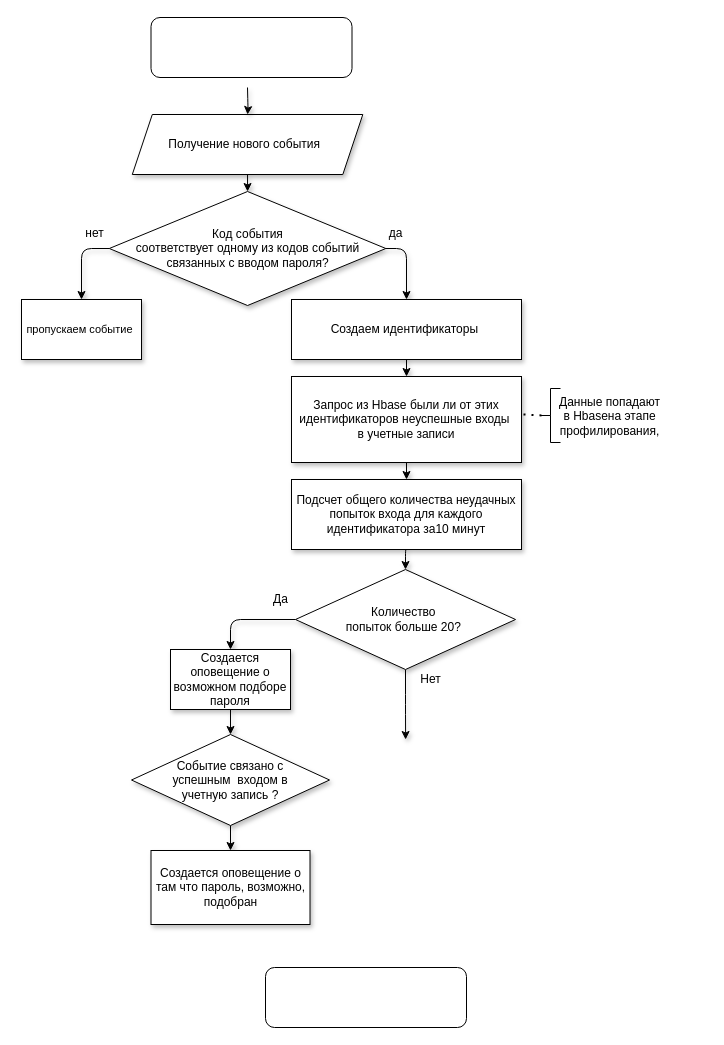
Earlier version of the draw.io diagram page "Page-2" (2 of 3) of contrib/Untitled Diagram.drawio (zydyka/sigma). Source tidied: cells renumbered, new cells numbered last; positions are measured from the earlier drawing's top-left corner, leaving out a move shared by most shapes. Both pictures are drawn from the tidied source at 100%, with x=0, y=0 at pixel (21, 17).
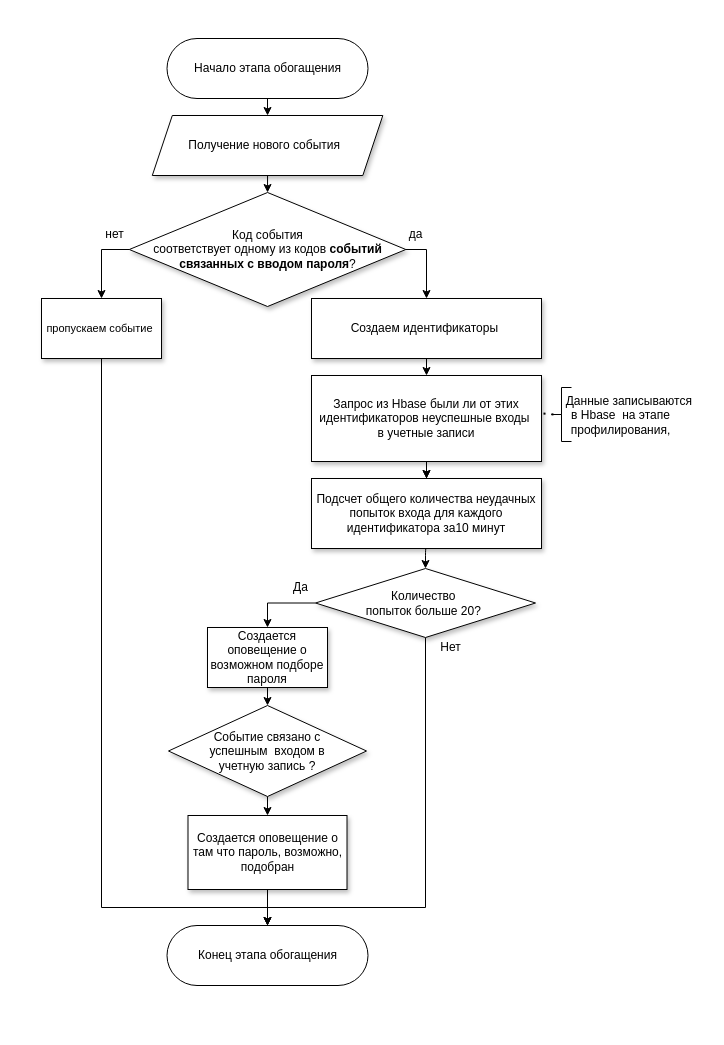
Above is the later version.

Unchanged cells that the change refers to:
```xml
<mxCell id="29" style="shape=curlyBracket;whiteSpace=wrap;html=1;sketch=0;shadow=0;" parent="28" vertex="1">
  <mxGeometry width="20" height="54" as="geometry" />
</mxCell>
```

Change to the diagram source:
```diff
@@
-    <mxCell id="2" style="edgeStyle=orthogonalEdgeStyle;jettySize=auto;html=1;exitX=0.5;exitY=1;exitDx=0;exitDy=0;entryX=0.5;entryY=0;entryDx=0;entryDy=0;entryPerimeter=0;shadow=1;sketch=0;" parent="1" edge="1" source="3" target="6">
+    <mxCell id="2" style="edgeStyle=orthogonalEdgeStyle;jettySize=auto;html=1;exitX=0.5;exitY=1;exitDx=0;exitDy=0;entryX=0.5;entryY=0;entryDx=0;entryDy=0;entryPerimeter=0;shadow=0;sketch=0;" parent="1" edge="1" source="3" target="6">
       <mxGeometry relative="1" as="geometry" />
     </mxCell>
     <mxCell id="3" value="Получение нового события&amp;nbsp;&amp;nbsp;" style="shape=parallelogram;perimeter=parallelogramPerimeter;whiteSpace=wrap;html=1;fixedSize=1;shadow=1;sketch=0;" parent="1" vertex="1">
-      <mxGeometry x="110.8" y="97" width="230.5" height="60" as="geometry" />
+      <mxGeometry x="130.8" y="98" width="230.5" height="60" as="geometry" />
     </mxCell>
+    <mxCell id="5" style="edgeStyle=orthogonalEdgeStyle;rounded=0;comic=0;sketch=0;jettySize=auto;html=1;exitX=1;exitY=0.5;exitDx=0;exitDy=0;entryX=0.5;entryY=0;entryDx=0;entryDy=0;shadow=0;" parent="1" edge="1" source="6" target="9">
+      <mxGeometry relative="1" as="geometry" />
+    </mxCell>
-    <mxCell id="4" style="edgeStyle=orthogonalEdgeStyle;jettySize=auto;html=1;exitX=0;exitY=0.5;exitDx=0;exitDy=0;sketch=0;shadow=1;" parent="1" edge="1" source="6" target="11">
+    <mxCell id="4" style="edgeStyle=orthogonalEdgeStyle;rounded=0;comic=0;sketch=0;jettySize=auto;html=1;exitX=0;exitY=0.5;exitDx=0;exitDy=0;entryX=0.5;entryY=0;entryDx=0;entryDy=0;shadow=0;" parent="1" edge="1" source="6" target="11">
       <mxGeometry relative="1" as="geometry" />
     </mxCell>
-    <mxCell id="5" style="edgeStyle=orthogonalEdgeStyle;jettySize=auto;html=1;exitX=1;exitY=0.5;exitDx=0;exitDy=0;entryX=0.5;entryY=0;entryDx=0;entryDy=0;sketch=0;shadow=1;" parent="1" edge="1" source="6" target="9">
-      <mxGeometry relative="1" as="geometry" />
-    </mxCell>
-    <mxCell id="6" value="Код события&lt;br&gt;&amp;nbsp;соответствует одному из кодов событий&amp;nbsp;&lt;br&gt;связанных с вводом пароля?" style="rhombus;whiteSpace=wrap;html=1;shadow=1;sketch=0;" parent="1" vertex="1">
-      <mxGeometry x="87.8" y="174" width="276.5" height="114" as="geometry" />
+    <mxCell id="6" value="Код события&lt;br&gt;&amp;nbsp;соответствует одному из кодов &lt;b&gt;событий&amp;nbsp;&lt;br&gt;связанных с вводом пароля&lt;/b&gt;?" style="rhombus;whiteSpace=wrap;html=1;shadow=1;sketch=0;" parent="1" vertex="1">
+      <mxGeometry x="107.8" y="175" width="276.5" height="114" as="geometry" />
     </mxCell>
     <mxCell id="7" value="нет" style="text;html=1;align=center;verticalAlign=middle;strokeColor=none;shadow=1;sketch=0;" parent="1" vertex="1">
-      <mxGeometry x="57.8" y="206" width="30" height="20" as="geometry" />
+      <mxGeometry x="77.8" y="207" width="30" height="20" as="geometry" />
     </mxCell>
-    <mxCell id="8" style="edgeStyle=orthogonalEdgeStyle;jettySize=auto;html=1;exitX=0.5;exitY=1;exitDx=0;exitDy=0;entryX=0.5;entryY=0;entryDx=0;entryDy=0;sketch=0;shadow=1;" parent="1" edge="1" source="9" target="17">
+    <mxCell id="8" style="edgeStyle=orthogonalEdgeStyle;jettySize=auto;html=1;exitX=0.5;exitY=1;exitDx=0;exitDy=0;entryX=0.5;entryY=0;entryDx=0;entryDy=0;sketch=0;shadow=0;" parent="1" edge="1" source="9" target="17">
       <mxGeometry relative="1" as="geometry" />
     </mxCell>
     <mxCell id="9" value="Создаем идентификаторы&amp;nbsp;" style="whiteSpace=wrap;html=1;shadow=1;sketch=0;" parent="1" vertex="1">
-      <mxGeometry x="270" y="282" width="230" height="60" as="geometry" />
+      <mxGeometry x="290" y="281" width="230" height="60" as="geometry" />
     </mxCell>
     <mxCell id="10" value="да" style="text;html=1;align=center;verticalAlign=middle;strokeColor=none;shadow=1;sketch=0;" parent="1" vertex="1">
-      <mxGeometry x="359" y="206" width="30" height="20" as="geometry" />
+      <mxGeometry x="379" y="207" width="30" height="20" as="geometry" />
     </mxCell>
+    <mxCell id="33" style="edgeStyle=orthogonalEdgeStyle;rounded=0;sketch=0;jettySize=auto;html=1;exitX=0.5;exitY=1;exitDx=0;exitDy=0;entryX=0.5;entryY=0;entryDx=0;entryDy=0;shadow=0;comic=0;" parent="1" edge="1" source="11" target="32">
+      <mxGeometry relative="1" as="geometry">
+        <Array as="points">
+          <mxPoint x="80" y="890" />
+          <mxPoint x="246" y="890" />
+        </Array>
+      </mxGeometry>
+    </mxCell>
     <mxCell id="11" value="&lt;span style=&quot;font-size: 11px ; background-color: rgb(255 , 255 , 255)&quot;&gt;пропускаем событие&amp;nbsp;&lt;/span&gt;" style="whiteSpace=wrap;html=1;shadow=1;sketch=0;" parent="1" vertex="1">
-      <mxGeometry y="282" width="120" height="60" as="geometry" />
+      <mxGeometry x="20" y="281" width="120" height="60" as="geometry" />
     </mxCell>
-    <mxCell id="12" style="edgeStyle=orthogonalEdgeStyle;jettySize=auto;html=1;exitX=0.5;exitY=1;exitDx=0;exitDy=0;sketch=0;shadow=1;" parent="1" edge="1" source="14">
-      <mxGeometry relative="1" as="geometry">
-        <mxPoint x="384.1" y="722" as="targetPoint" />
-      </mxGeometry>
-    </mxCell>
-    <mxCell id="13" style="edgeStyle=orthogonalEdgeStyle;jettySize=auto;html=1;exitX=0;exitY=0.5;exitDx=0;exitDy=0;entryX=0.5;entryY=0;entryDx=0;entryDy=0;sketch=0;shadow=1;" parent="1" edge="1" source="14" target="23">
+    <mxCell id="13" style="edgeStyle=orthogonalEdgeStyle;rounded=0;comic=0;sketch=0;jettySize=auto;html=1;exitX=0;exitY=0.5;exitDx=0;exitDy=0;entryX=0.5;entryY=0;entryDx=0;entryDy=0;shadow=0;" parent="1" edge="1" source="14" target="23">
       <mxGeometry relative="1" as="geometry" />
     </mxCell>
+    <mxCell id="34" style="edgeStyle=orthogonalEdgeStyle;rounded=0;comic=0;sketch=0;jettySize=auto;html=1;exitX=0.5;exitY=1;exitDx=0;exitDy=0;shadow=0;entryX=0.5;entryY=0;entryDx=0;entryDy=0;" parent="1" edge="1" source="14" target="32">
+      <mxGeometry relative="1" as="geometry">
+        <Array as="points">
+          <mxPoint x="404" y="890" />
+          <mxPoint x="246" y="890" />
+        </Array>
+      </mxGeometry>
+    </mxCell>
     <mxCell id="14" value="&lt;span&gt;Количество&amp;nbsp;&lt;br&gt;попыток больше&amp;nbsp;20?&amp;nbsp;&lt;br&gt;&lt;/span&gt;" style="rhombus;whiteSpace=wrap;html=1;shadow=1;fillColor=#ffffff;gradientColor=none;sketch=0;" parent="1" vertex="1">
-      <mxGeometry x="274" y="552" width="220" height="100" as="geometry" />
+      <mxGeometry x="294" y="551" width="220" height="69" as="geometry" />
     </mxCell>
-    <mxCell id="15" style="edgeStyle=orthogonalEdgeStyle;jettySize=auto;html=1;exitX=0.5;exitY=1;exitDx=0;exitDy=0;sketch=0;shadow=1;" parent="1" edge="1" target="3">
-      <mxGeometry relative="1" as="geometry">
-        <mxPoint x="226" y="70" as="sourcePoint" />
-      </mxGeometry>
-    </mxCell>
-    <mxCell id="16" style="edgeStyle=orthogonalEdgeStyle;jettySize=auto;html=1;exitX=0.5;exitY=1;exitDx=0;exitDy=0;entryX=0.5;entryY=0;entryDx=0;entryDy=0;sketch=0;shadow=1;" parent="1" edge="1" source="17" target="19">
+    <mxCell id="16" style="edgeStyle=orthogonalEdgeStyle;jettySize=auto;html=1;exitX=0.5;exitY=1;exitDx=0;exitDy=0;entryX=0.5;entryY=0;entryDx=0;entryDy=0;sketch=0;shadow=0;" parent="1" edge="1" source="17" target="19">
       <mxGeometry relative="1" as="geometry" />
     </mxCell>
+    <mxCell id="35" style="edgeStyle=orthogonalEdgeStyle;rounded=0;comic=0;sketch=0;jettySize=auto;html=1;shadow=0;" parent="1" edge="1" source="17" target="19">
+      <mxGeometry relative="1" as="geometry" />
+    </mxCell>
     <mxCell id="17" value="Запрос из Hbase были ли от этих идентификаторов неуспешные входы&amp;nbsp;&lt;br&gt;в учетные записи&lt;br&gt;" style="whiteSpace=wrap;html=1;sketch=0;shadow=1;" parent="1" vertex="1">
-      <mxGeometry x="270" y="359" width="230" height="86" as="geometry" />
+      <mxGeometry x="290" y="358" width="230" height="86" as="geometry" />
     </mxCell>
-    <mxCell id="18" style="edgeStyle=orthogonalEdgeStyle;jettySize=auto;html=1;exitX=0.5;exitY=1;exitDx=0;exitDy=0;entryX=0.5;entryY=0;entryDx=0;entryDy=0;sketch=0;shadow=1;" parent="1" edge="1" source="19" target="14">
+    <mxCell id="18" style="edgeStyle=orthogonalEdgeStyle;jettySize=auto;html=1;exitX=0.5;exitY=1;exitDx=0;exitDy=0;entryX=0.5;entryY=0;entryDx=0;entryDy=0;sketch=0;shadow=0;" parent="1" edge="1" source="19" target="14">
       <mxGeometry relative="1" as="geometry" />
     </mxCell>
     <mxCell id="19" value="Подсчет общего количества неудачных попыток входа для каждого идентификатора за10 минут" style="whiteSpace=wrap;html=1;sketch=0;shadow=1;" parent="1" vertex="1">
-      <mxGeometry x="270" y="462" width="230" height="70" as="geometry" />
+      <mxGeometry x="290" y="461" width="230" height="70" as="geometry" />
     </mxCell>
     <mxCell id="20" value="Да" style="text;html=1;align=center;verticalAlign=middle;strokeColor=none;sketch=0;shadow=1;" parent="1" vertex="1">
-      <mxGeometry x="244" y="572" width="30" height="20" as="geometry" />
+      <mxGeometry x="264" y="560" width="30" height="20" as="geometry" />
     </mxCell>
     <mxCell id="21" value="Нет" style="text;html=1;align=center;verticalAlign=middle;strokeColor=none;sketch=0;shadow=1;" parent="1" vertex="1">
-      <mxGeometry x="389" y="652" width="40" height="20" as="geometry" />
+      <mxGeometry x="409" y="620" width="40" height="20" as="geometry" />
     </mxCell>
-    <mxCell id="22" style="edgeStyle=orthogonalEdgeStyle;jettySize=auto;html=1;exitX=0.5;exitY=1;exitDx=0;exitDy=0;entryX=0.5;entryY=0;entryDx=0;entryDy=0;sketch=0;shadow=1;" parent="1" edge="1" source="23" target="25">
+    <mxCell id="22" style="edgeStyle=orthogonalEdgeStyle;jettySize=auto;html=1;exitX=0.5;exitY=1;exitDx=0;exitDy=0;entryX=0.5;entryY=0;entryDx=0;entryDy=0;sketch=0;shadow=0;" parent="1" edge="1" source="23" target="25">
       <mxGeometry relative="1" as="geometry" />
     </mxCell>
     <mxCell id="23" value="Создается оповещение о возможном подборе пароля" style="whiteSpace=wrap;html=1;sketch=0;shadow=1;" parent="1" vertex="1">
-      <mxGeometry x="149" y="632" width="120" height="60" as="geometry" />
+      <mxGeometry x="186" y="610" width="120" height="60" as="geometry" />
     </mxCell>
-    <mxCell id="24" style="edgeStyle=orthogonalEdgeStyle;jettySize=auto;html=1;exitX=0.5;exitY=1;exitDx=0;exitDy=0;entryX=0.5;entryY=0;entryDx=0;entryDy=0;sketch=0;shadow=1;" parent="1" edge="1" source="25" target="26">
+    <mxCell id="24" style="edgeStyle=orthogonalEdgeStyle;jettySize=auto;html=1;exitX=0.5;exitY=1;exitDx=0;exitDy=0;entryX=0.5;entryY=0;entryDx=0;entryDy=0;sketch=0;shadow=0;" parent="1" edge="1" source="25" target="26">
       <mxGeometry relative="1" as="geometry" />
     </mxCell>
     <mxCell id="25" value="Событие связано с &lt;br&gt;успешным&amp;nbsp; входом в &lt;br&gt;учетную запись ?&lt;br&gt;" style="rhombus;whiteSpace=wrap;html=1;sketch=0;shadow=1;" parent="1" vertex="1">
-      <mxGeometry x="110" y="717" width="198" height="91" as="geometry" />
+      <mxGeometry x="147" y="688" width="198" height="91" as="geometry" />
     </mxCell>
+    <mxCell id="36" style="edgeStyle=orthogonalEdgeStyle;rounded=0;sketch=0;jettySize=auto;html=1;exitX=0.5;exitY=1;exitDx=0;exitDy=0;entryX=0.5;entryY=0;entryDx=0;entryDy=0;shadow=0;" parent="1" edge="1" source="26" target="32">
+      <mxGeometry relative="1" as="geometry" />
+    </mxCell>
     <mxCell id="26" value="Создается оповещение о там что пароль, возможно, подобран" style="whiteSpace=wrap;html=1;sketch=0;shadow=1;" parent="1" vertex="1">
-      <mxGeometry x="129.5" y="833" width="159" height="74" as="geometry" />
+      <mxGeometry x="166.5" y="798" width="159" height="74" as="geometry" />
     </mxCell>
     <mxCell id="27" style="endArrow=none;dashed=1;html=1;dashPattern=1 3;strokeWidth=2;entryX=0.1;entryY=0.5;entryDx=0;entryDy=0;entryPerimeter=0;sketch=0;shadow=0;" parent="1" edge="1" target="29">
       <mxGeometry relative="1" as="geometry">
-        <mxPoint x="502" y="397" as="sourcePoint" />
+        <mxPoint x="522" y="396" as="sourcePoint" />
       </mxGeometry>
     </mxCell>
     <mxCell id="28" style="group;sketch=0;shadow=0;" parent="1" vertex="1">
-      <mxGeometry x="519" y="371" width="124" height="54" as="geometry" />
+      <mxGeometry x="530" y="370" width="149" height="54" as="geometry" />
     </mxCell>
@@
-    <mxCell id="30" value="Данные попадают &lt;br&gt;в Hbaseна этапе &lt;br&gt;профилирования,&lt;br&gt;" style="text;html=1;align=center;verticalAlign=middle;strokeColor=none;sketch=0;shadow=1;" parent="28" vertex="1">
-      <mxGeometry x="13" y="5" width="111" height="46" as="geometry" />
+    <mxCell id="30" value="&amp;nbsp; &amp;nbsp; &amp;nbsp;Данные записываются&lt;br&gt;в Hbase&amp;nbsp; на этапе &lt;br&gt;профилирования," style="text;html=1;align=center;verticalAlign=middle;strokeColor=none;sketch=0;shadow=1;" parent="28" vertex="1">
+      <mxGeometry x="-11" y="3" width="160" height="50" as="geometry" />
     </mxCell>
+    <mxCell id="37" style="edgeStyle=orthogonalEdgeStyle;rounded=0;comic=0;sketch=0;jettySize=auto;html=1;exitX=0.5;exitY=1;exitDx=0;exitDy=0;entryX=0.5;entryY=0;entryDx=0;entryDy=0;shadow=0;" parent="1" edge="1" source="31" target="3">
+      <mxGeometry relative="1" as="geometry" />
+    </mxCell>
-    <mxCell id="31" style="rounded=1;whiteSpace=wrap;html=1;shadow=0;strokeColor=#000000;" parent="1" vertex="1">
-      <mxGeometry x="129.5" width="201" height="60" as="geometry" />
+    <mxCell id="31" value="&lt;span style=&quot;background-color: rgb(255 , 255 , 255)&quot;&gt;Начало этапа&amp;nbsp;&lt;/span&gt;&lt;span&gt;обогащения&lt;/span&gt;" style="rounded=1;whiteSpace=wrap;html=1;shadow=0;strokeColor=#000000;arcSize=50;" parent="1" vertex="1">
+      <mxGeometry x="145.5" y="21" width="201" height="60" as="geometry" />
     </mxCell>
-    <mxCell id="32" style="rounded=1;whiteSpace=wrap;html=1;shadow=0;strokeColor=#000000;" parent="1" vertex="1">
-      <mxGeometry x="244" y="950" width="201" height="60" as="geometry" />
+    <mxCell id="32" value="&lt;span style=&quot;background-color: rgb(255 , 255 , 255)&quot;&gt;Конец этапа&amp;nbsp;&lt;/span&gt;&lt;span&gt;обогащения&lt;/span&gt;" style="rounded=1;whiteSpace=wrap;html=1;shadow=0;strokeColor=#000000;arcSize=50;" parent="1" vertex="1">
+      <mxGeometry x="145.5" y="908" width="201" height="60" as="geometry" />
     </mxCell>
```
